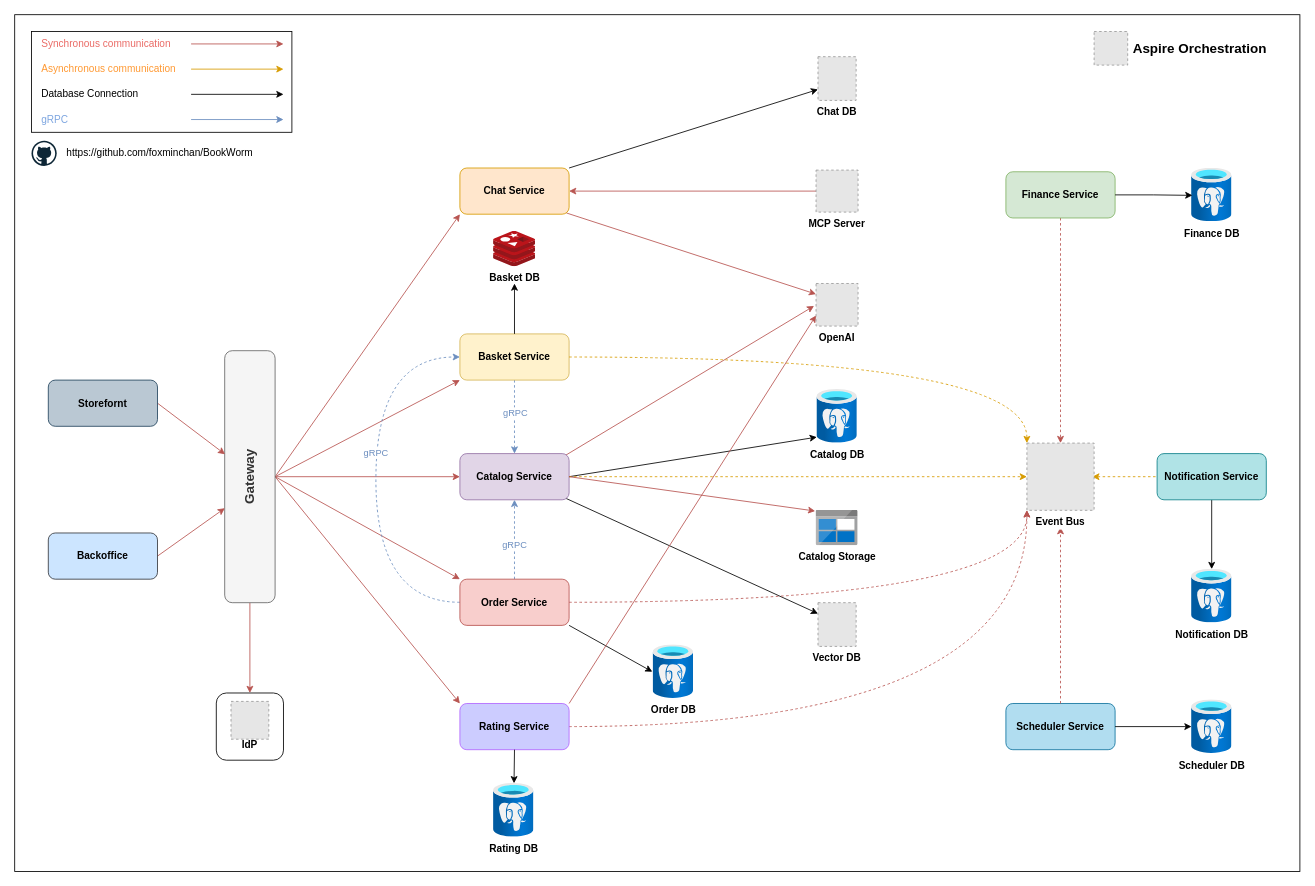
The draw.io diagram assets/BookWorm.drawio in foxminchan/BookWorm, before the edit. Source tidied: cells renumbered, new cells numbered last; positions are measured from the earlier drawing's top-left corner, leaving out a move shared by most shapes. Both pictures are drawn from the tidied source at 84%, with x=0, y=0 at pixel (14, 14). Pictures stored in the file or linked from it are replaced by grey dashed boxes.
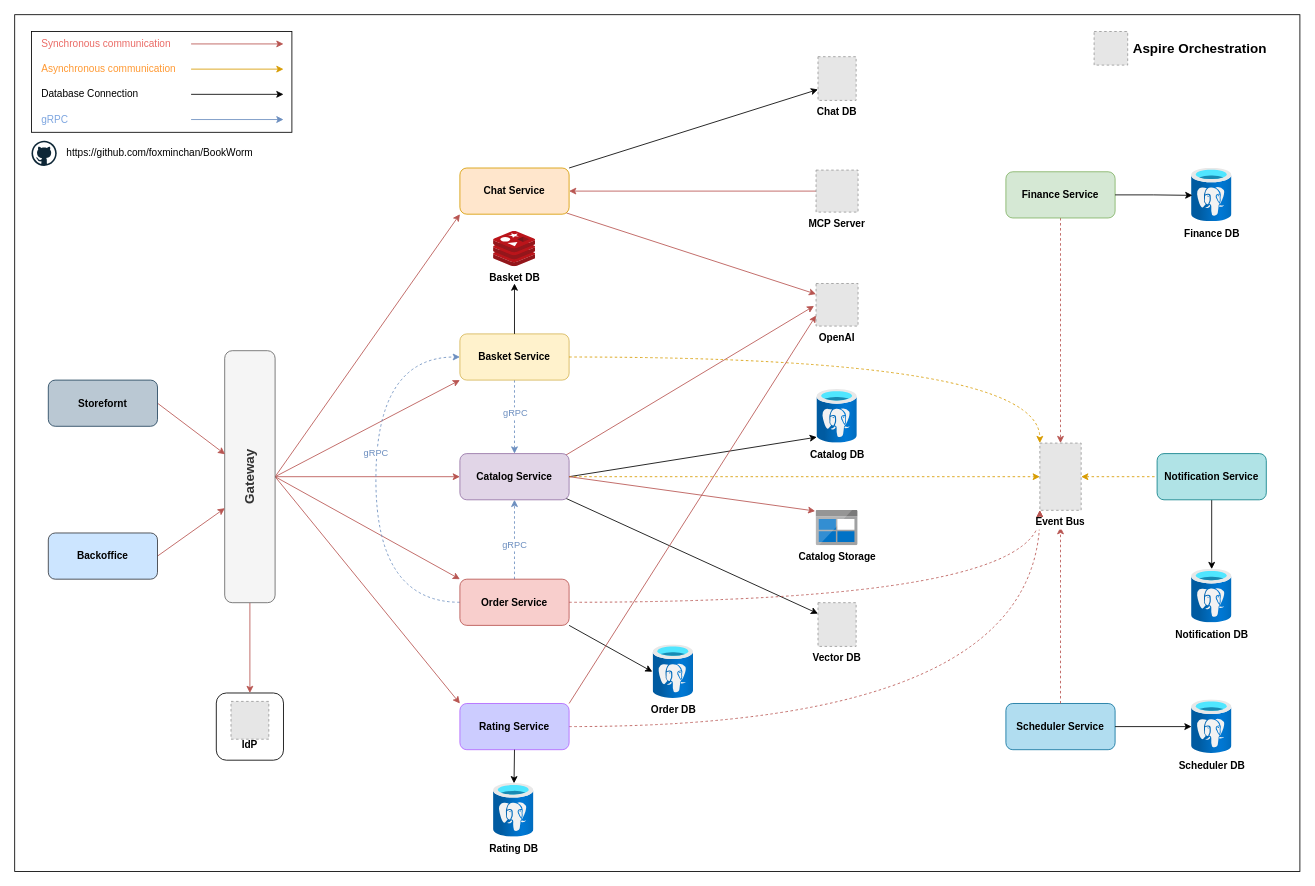
The same page after the edit.

Unchanged cells that the change refers to:
```xml
<mxCell id="36" value="Notification Service" style="rounded=1;whiteSpace=wrap;html=1;fontStyle=1;fillColor=#b0e3e6;strokeColor=#0e8088;" parent="1" vertex="1">
  <mxGeometry x="1360" y="522.5" width="130" height="55" as="geometry" />
</mxCell>
<mxCell id="69" value="Rating Service" style="rounded=1;whiteSpace=wrap;html=1;fontStyle=1;fillColor=#CCCCFF;strokeColor=#B266FF;fontColor=#000000;" parent="1" vertex="1">
  <mxGeometry x="530" y="820" width="130" height="55" as="geometry" />
</mxCell>
```

The edit, as a diff of the source:
```diff
@@
-    <mxCell id="37" style="endArrow=none;html=1;rounded=0;entryX=0;entryY=0.5;entryDx=0;entryDy=0;exitX=1;exitY=0.5;exitDx=0;exitDy=0;startArrow=classic;startFill=1;fillColor=#ffe6cc;strokeColor=#d79b00;dashed=1;" parent="1" edge="1" target="36">
-      <mxGeometry relative="1" as="geometry">
-        <mxPoint x="1282.8" y="550" as="sourcePoint" />
-      </mxGeometry>
+    <mxCell id="37" style="endArrow=none;html=1;rounded=0;entryX=0;entryY=0.5;entryDx=0;entryDy=0;exitX=1;exitY=0.5;exitDx=0;exitDy=0;startArrow=classic;startFill=1;fillColor=#ffe6cc;strokeColor=#d79b00;dashed=1;" parent="1" edge="1" source="62" target="36">
+      <mxGeometry relative="1" as="geometry" />
     </mxCell>
@@
-    <mxCell id="62" value="Event Bus" style="fillColor=#E6E6E6;strokeColor=#999999;dashed=1;verticalLabelPosition=bottom;labelBackgroundColor=default;verticalAlign=top;fontStyle=1;" parent="1" vertex="1">
-      <mxGeometry x="1205" y="510" width="80" height="80" as="geometry" />
-    </mxCell>
@@
-    <mxCell id="67" style="edgeStyle=orthogonalEdgeStyle;rounded=0;jettySize=auto;html=1;exitX=1;exitY=0.5;exitDx=0;exitDy=0;curved=1;dashed=1;endArrow=classic;endFill=1;strokeColor=#B85450;" parent="1" edge="1" source="69">
-      <mxGeometry relative="1" as="geometry">
-        <mxPoint x="1205" y="590" as="targetPoint" />
-      </mxGeometry>
+    <mxCell id="67" style="edgeStyle=orthogonalEdgeStyle;rounded=0;jettySize=auto;html=1;exitX=1;exitY=0.5;exitDx=0;exitDy=0;curved=1;dashed=1;endArrow=classic;endFill=1;strokeColor=#B85450;entryX=0;entryY=1;entryDx=0;entryDy=0;" parent="1" edge="1" source="69" target="62">
+      <mxGeometry relative="1" as="geometry" />
     </mxCell>
@@
+    <mxCell id="62" value="Event Bus" style="fillColor=#E6E6E6;strokeColor=#999999;dashed=1;verticalLabelPosition=bottom;labelBackgroundColor=default;verticalAlign=top;fontStyle=1;" parent="1" vertex="1">
+      <mxGeometry x="1220.4" y="510" width="49.2" height="80" as="geometry" />
+    </mxCell>
```
